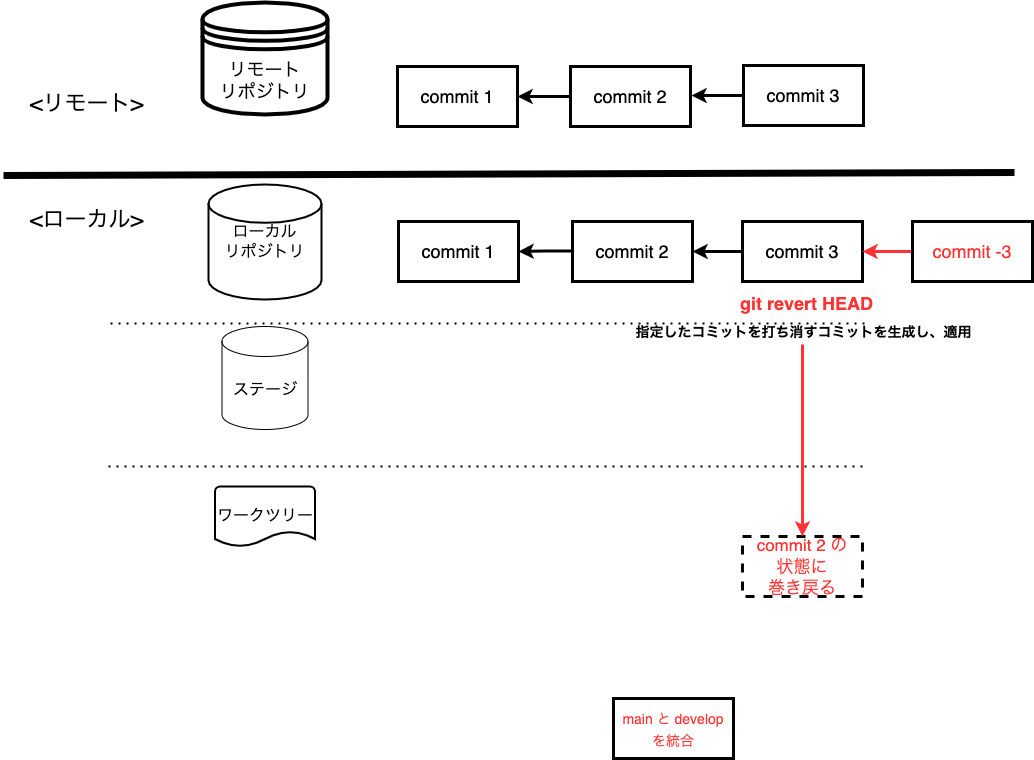
The draw.io diagram assets/image/Git勉強会_コマンドイメージ図-revert.drawio.png in irongineer/learning-git-for-team, before a commit. Source tidied: cells renumbered, new cells last; positions are measured from the earlier drawing's top-left corner, leaving out a move shared by most shapes.
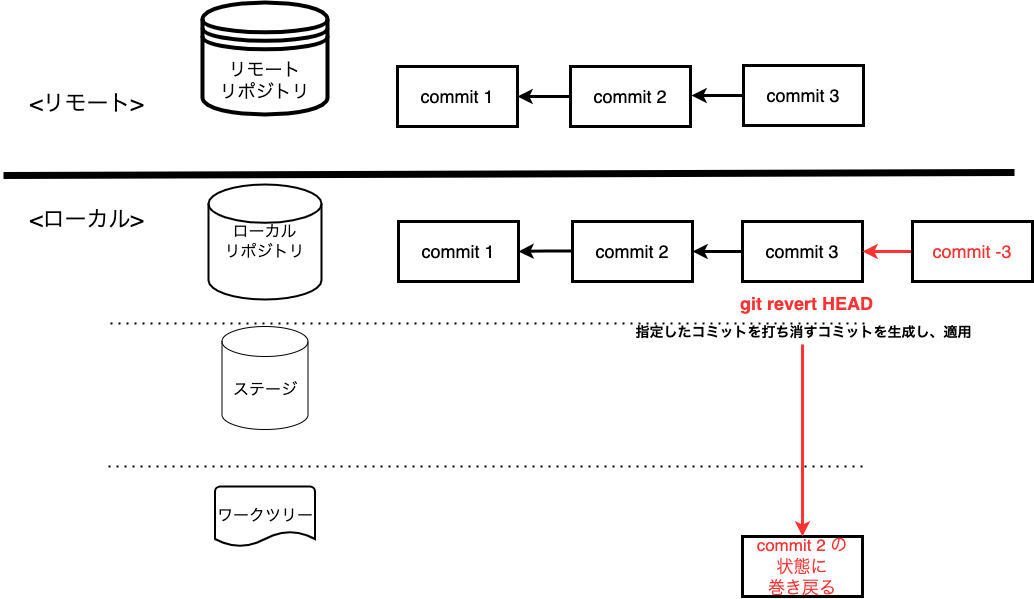
Later version of the same file.

Change to the diagram source:
```diff
@@ -38,7 +38,7 @@
     <mxCell id="10" value="リモート&lt;br style=&quot;font-size: 18px;&quot;&gt;リポジトリ" style="shape=datastore;whiteSpace=wrap;html=1;fontSize=18;strokeWidth=4;" parent="1" vertex="1">
       <mxGeometry x="199" width="125" height="112" as="geometry" />
     </mxCell>
-    <mxCell id="11" value="&lt;font style=&quot;font-size: 17px&quot;&gt;commit 2 の&lt;br&gt;状態に&lt;br&gt;巻き戻る&lt;/font&gt;" style="whiteSpace=wrap;html=1;fontSize=18;fontColor=#FF3333;strokeWidth=3;dashed=1;" parent="1" vertex="1">
+    <mxCell id="11" value="&lt;font style=&quot;font-size: 17px&quot;&gt;commit 2 の&lt;br&gt;状態に&lt;br&gt;巻き戻る&lt;/font&gt;" style="whiteSpace=wrap;html=1;fontSize=18;fontColor=#FF3333;strokeWidth=3;" parent="1" vertex="1">
       <mxGeometry x="739" y="534" width="120" height="60" as="geometry" />
     </mxCell>
     <mxCell id="12" style="edgeStyle=orthogonalEdgeStyle;rounded=0;jettySize=auto;html=1;entryX=0.5;entryY=0;entryDx=0;entryDy=0;fontSize=18;fontColor=#000000;strokeColor=#FF3333;strokeWidth=3;" parent="1" edge="1" target="11">
@@ -87,9 +87,6 @@
     <mxCell id="23" value="&lt;font color=&quot;#000000&quot;&gt;commit 3&lt;/font&gt;" style="whiteSpace=wrap;html=1;fontSize=18;fontColor=#FF3333;strokeWidth=3;" parent="1" vertex="1">
       <mxGeometry x="740" y="63" width="120" height="60" as="geometry" />
     </mxCell>
-    <mxCell id="24" value="&lt;span style=&quot;font-size: 14px&quot;&gt;main と develop&lt;br&gt;を統合&lt;/span&gt;" style="whiteSpace=wrap;html=1;fontSize=18;fontColor=#FF3333;strokeWidth=3;" parent="1" vertex="1">
-      <mxGeometry x="610" y="696" width="120" height="60" as="geometry" />
-    </mxCell>
     <mxCell id="25" style="edgeStyle=orthogonalEdgeStyle;rounded=0;jettySize=auto;html=1;fontSize=18;fontColor=#000000;strokeColor=#FF3333;strokeWidth=3;" parent="1" edge="1" source="26" target="20">
       <mxGeometry relative="1" as="geometry" />
     </mxCell>
```
